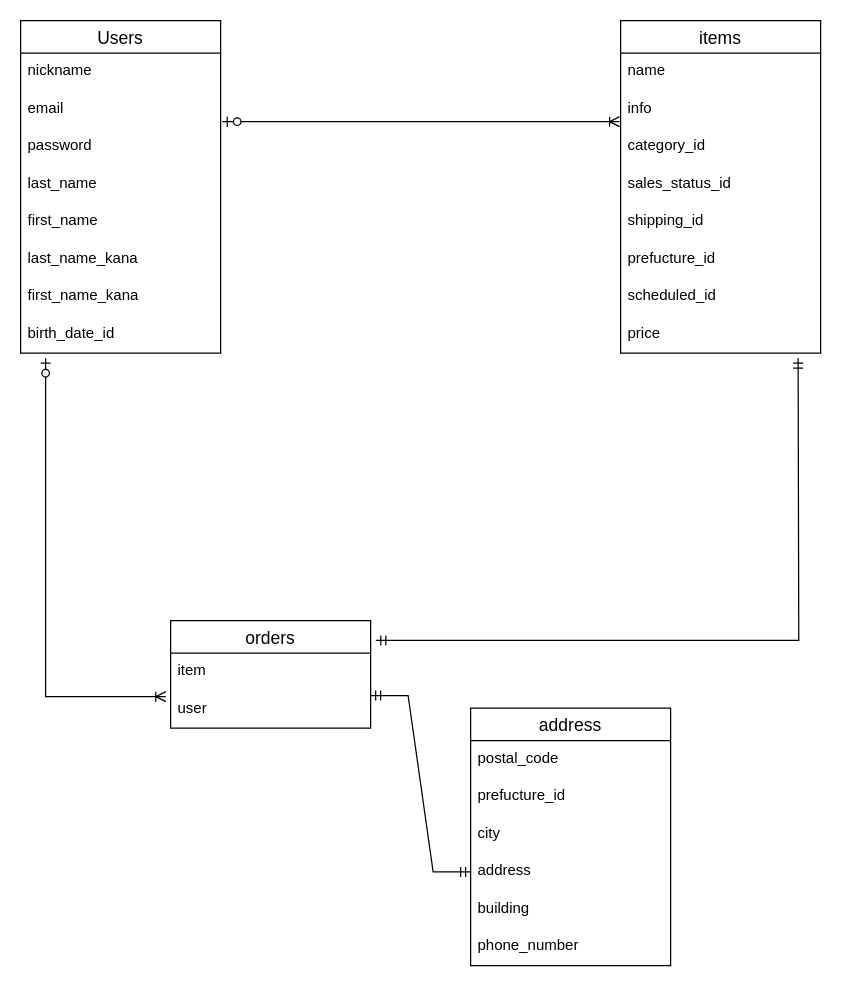
Before: er.dio in kenta0905/furima-33945, a draw.io diagram. Source tidied: cells renumbered, new cells numbered last; positions are measured from the earlier drawing's top-left corner, leaving out a move shared by most shapes. Both pictures are drawn from the tidied source at 125%, with x=0, y=0 at pixel (20, 20).
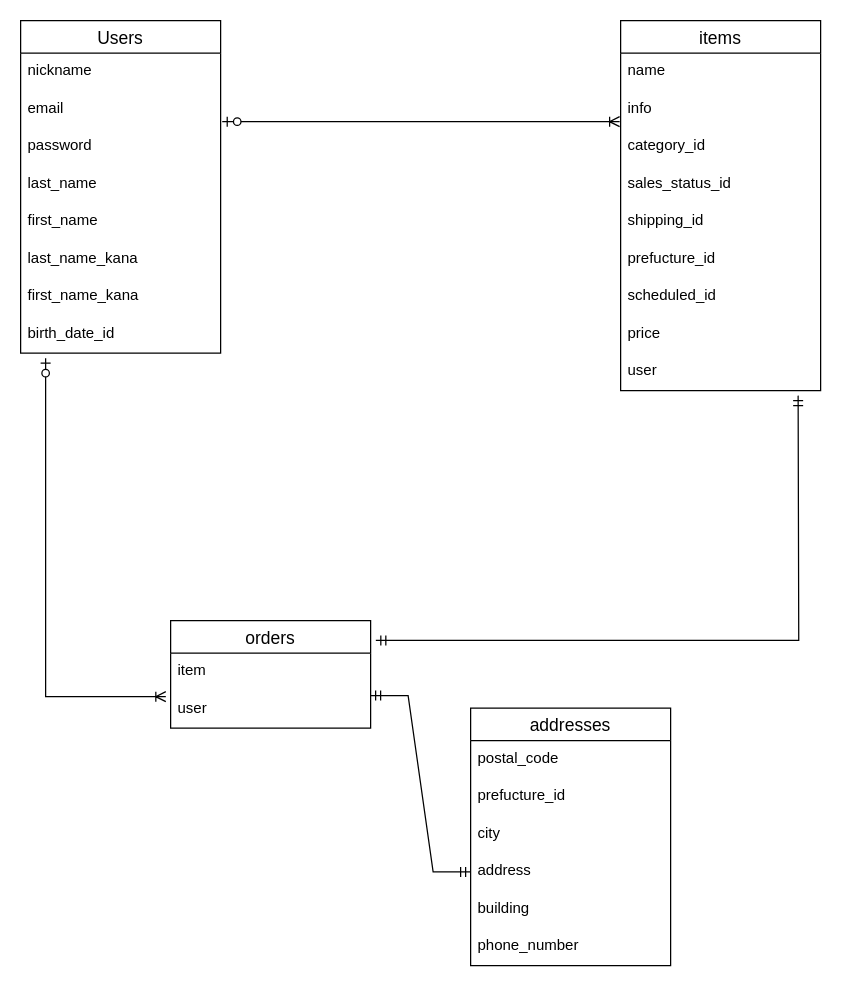
Above is the later version.

Unchanged cells that the change refers to:
```xml
<mxCell id="27" value="orders" style="swimlane;fontStyle=0;horizontal=1;startSize=26;align=center;fontSize=14;" parent="1" vertex="1">
  <mxGeometry x="120" y="480" width="160" height="86" as="geometry" />
</mxCell>
```

The edit, as a diff of the source:
```diff
@@
     <mxCell id="11" value="items" style="swimlane;fontStyle=0;horizontal=1;startSize=26;align=center;fontSize=14;" parent="1" vertex="1">
-      <mxGeometry x="480" width="160" height="266" as="geometry" />
+      <mxGeometry x="480" width="160" height="296" as="geometry" />
     </mxCell>
@@
+    <mxCell id="34" value="user" style="text;strokeColor=none;fillColor=none;spacingLeft=4;spacingRight=4;overflow=hidden;fontSize=12;" parent="11" vertex="1">
+      <mxGeometry y="266" width="160" height="30" as="geometry" />
+    </mxCell>
-    <mxCell id="20" value="address" style="swimlane;fontStyle=0;horizontal=1;startSize=26;align=center;fontSize=14;" parent="1" vertex="1">
+    <mxCell id="20" value="addresses" style="swimlane;fontStyle=0;horizontal=1;startSize=26;align=center;fontSize=14;" parent="1" vertex="1">
       <mxGeometry x="360" y="550" width="160" height="206" as="geometry" />
     </mxCell>
@@
     <mxCell id="32" style="edgeStyle=orthogonalEdgeStyle;fontSize=12;html=1;endArrow=ERmandOne;startArrow=ERmandOne;rounded=0;exitX=1.026;exitY=0.184;exitDx=0;exitDy=0;exitPerimeter=0;" parent="1" edge="1" source="27">
       <mxGeometry relative="1" as="geometry">
-        <mxPoint x="622" y="270" as="targetPoint" />
+        <mxPoint x="622" y="300" as="targetPoint" />
       </mxGeometry>
     </mxCell>
```
